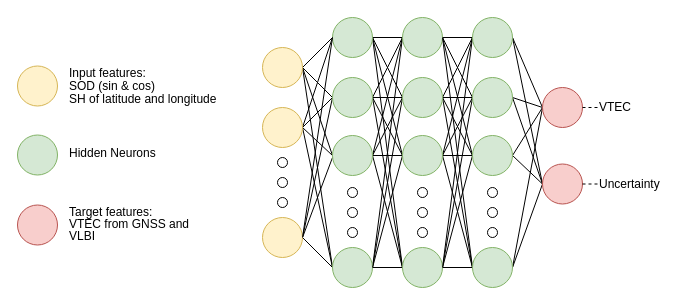
Earlier version of the draw.io diagram docs/MLP_fusion.drawio (arrueegg/GIM_fusion_VLBI). Source tidied: cells renumbered, new cells numbered last; positions are measured from the earlier drawing's top-left corner, leaving out a move shared by most shapes. Both pictures are drawn from the tidied source at 100%, with x=0, y=0 at pixel (17, 17).
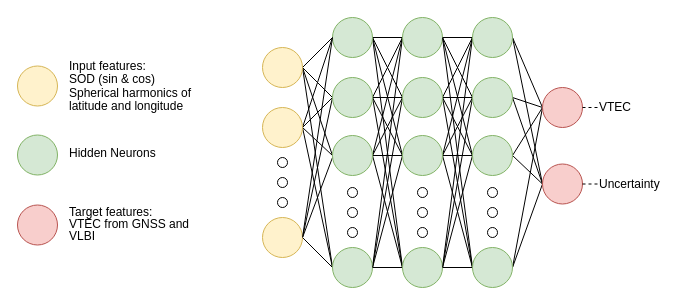
After the change.

What changed in the source:
```diff
@@
-    <mxCell id="92" value="&lt;p style=&quot;font-size: 12px; line-height: 110%;&quot;&gt;&lt;span style=&quot;background-color: initial;&quot;&gt;Input features:&lt;span style=&quot;white-space: pre;&quot;&gt;&#9;&lt;br&gt;&lt;/span&gt;&lt;/span&gt;&lt;span style=&quot;background-color: initial;&quot;&gt;SOD (sin &amp;amp; cos)&lt;br&gt;&lt;/span&gt;&lt;span style=&quot;background-color: initial;&quot;&gt;SH of latitude and longitude&lt;/span&gt;&lt;/p&gt;" style="text;html=1;strokeColor=none;fillColor=none;align=left;verticalAlign=middle;whiteSpace=wrap;rounded=0;shadow=1;strokeWidth=1.5;fontSize=24;" parent="1" vertex="1">
+    <mxCell id="92" value="&lt;p style=&quot;font-size: 12px; line-height: 110%;&quot;&gt;&lt;span style=&quot;background-color: initial;&quot;&gt;Input features:&lt;span style=&quot;white-space: pre;&quot;&gt;&#9;&lt;br&gt;&lt;/span&gt;&lt;/span&gt;&lt;span style=&quot;background-color: initial;&quot;&gt;SOD (sin &amp;amp; cos)&lt;br&gt;&lt;/span&gt;&lt;span style=&quot;background-color: initial;&quot;&gt;Spherical harmonics of latitude and longitude&lt;/span&gt;&lt;/p&gt;" style="text;html=1;strokeColor=none;fillColor=none;align=left;verticalAlign=middle;whiteSpace=wrap;rounded=0;shadow=1;strokeWidth=1.5;fontSize=24;" parent="1" vertex="1">
       <mxGeometry x="50" y="28.5" width="150" height="80" as="geometry" />
     </mxCell>
```
